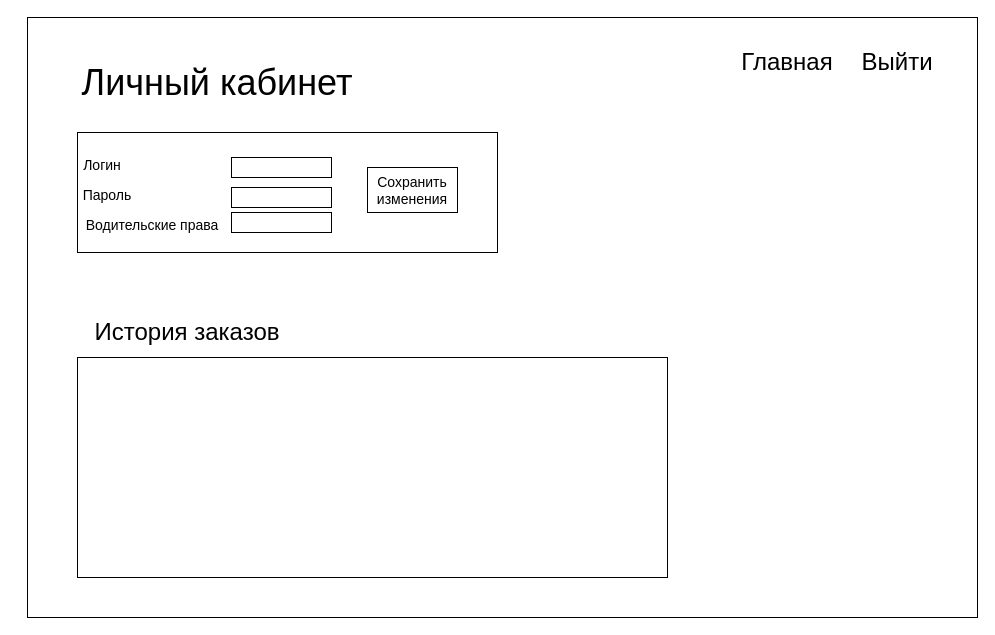
Before: page "Личный кабинет" (4 of 8) of docs/diags.drawio in dimas-defender/dailyauto-webapi, a draw.io diagram. Source tidied: cells renumbered, new cells numbered last; positions are measured from the earlier drawing's top-left corner, leaving out a move shared by most shapes. Both pictures are drawn from the tidied source at 100%, with x=0, y=0 at pixel (17, 17).
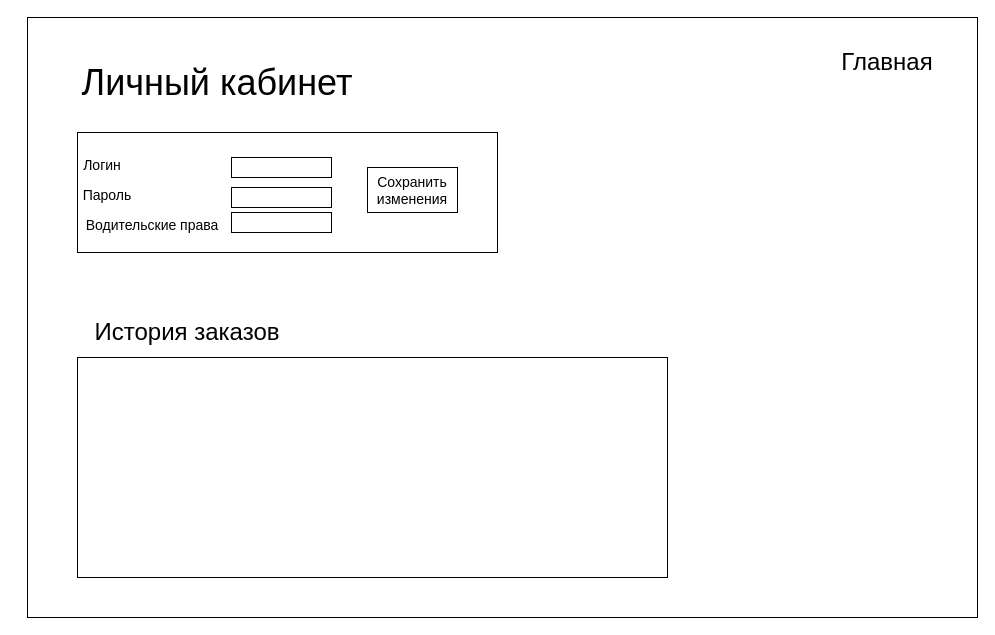
Above is the later version.

What changed in the source:
```diff
@@
 <mxGraphModel>
   <root>
     <mxCell id="0" />
     <mxCell id="1" parent="0" />
     <mxCell id="2" style="rounded=0;whiteSpace=wrap;html=1;" parent="1" vertex="1">
       <mxGeometry x="10" width="950" height="600" as="geometry" />
     </mxCell>
     <mxCell id="3" value="&lt;font style=&quot;font-size: 36px;&quot;&gt;Личный кабинет&lt;/font&gt;" style="text;html=1;strokeColor=none;fillColor=none;align=center;verticalAlign=middle;whiteSpace=wrap;rounded=0;fontSize=14;" parent="1" vertex="1">
       <mxGeometry y="30" width="400" height="70" as="geometry" />
     </mxCell>
     <mxCell id="4" style="rounded=0;whiteSpace=wrap;html=1;fontSize=36;" parent="1" vertex="1">
       <mxGeometry x="60" y="340" width="590" height="220" as="geometry" />
     </mxCell>
     <mxCell id="5" value="&lt;font style=&quot;font-size: 24px;&quot;&gt;История заказов&lt;/font&gt;" style="text;html=1;strokeColor=none;fillColor=none;align=center;verticalAlign=middle;whiteSpace=wrap;rounded=0;fontSize=14;" parent="1" vertex="1">
       <mxGeometry x="40" y="300" width="260" height="30" as="geometry" />
     </mxCell>
     <mxCell id="6" value="&lt;font style=&quot;font-size: 14px;&quot;&gt;Логин&lt;/font&gt;" style="text;html=1;strokeColor=none;fillColor=none;align=center;verticalAlign=middle;whiteSpace=wrap;rounded=0;fontSize=24;" parent="1" vertex="1">
       <mxGeometry x="60" y="130" width="50" height="30" as="geometry" />
     </mxCell>
     <mxCell id="7" value="&lt;font style=&quot;font-size: 14px;&quot;&gt;Пароль&lt;/font&gt;" style="text;html=1;strokeColor=none;fillColor=none;align=center;verticalAlign=middle;whiteSpace=wrap;rounded=0;fontSize=24;" parent="1" vertex="1">
       <mxGeometry x="60" y="160" width="60" height="30" as="geometry" />
     </mxCell>
     <mxCell id="8" value="&lt;span style=&quot;font-size: 14px;&quot;&gt;Водительские права&lt;/span&gt;" style="text;html=1;strokeColor=none;fillColor=none;align=center;verticalAlign=middle;whiteSpace=wrap;rounded=0;fontSize=24;" parent="1" vertex="1">
       <mxGeometry x="60" y="180" width="150" height="50" as="geometry" />
     </mxCell>
     <mxCell id="9" style="rounded=0;whiteSpace=wrap;html=1;fontSize=14;" parent="1" vertex="1">
       <mxGeometry x="214" y="140" width="100" height="20" as="geometry" />
     </mxCell>
     <mxCell id="10" style="rounded=0;whiteSpace=wrap;html=1;fontSize=14;" parent="1" vertex="1">
       <mxGeometry x="214" y="170" width="100" height="20" as="geometry" />
     </mxCell>
     <mxCell id="11" style="rounded=0;whiteSpace=wrap;html=1;fontSize=14;" parent="1" vertex="1">
       <mxGeometry x="214" y="195" width="100" height="20" as="geometry" />
     </mxCell>
     <mxCell id="12" value="Сохранить изменения" style="rounded=0;whiteSpace=wrap;html=1;fontSize=14;" parent="1" vertex="1">
       <mxGeometry x="350" y="150" width="90" height="45" as="geometry" />
     </mxCell>
     <mxCell id="13" style="rounded=0;whiteSpace=wrap;html=1;fontSize=14;fillColor=none;" parent="1" vertex="1">
       <mxGeometry x="60" y="115" width="420" height="120" as="geometry" />
     </mxCell>
     <mxCell id="14" value="&lt;font style=&quot;font-size: 24px;&quot;&gt;Главная&lt;/font&gt;" style="text;html=1;strokeColor=none;fillColor=none;align=center;verticalAlign=middle;whiteSpace=wrap;rounded=0;fontSize=14;" parent="1" vertex="1">
-      <mxGeometry x="740" y="30" width="60" height="30" as="geometry" />
+      <mxGeometry x="840" y="30" width="60" height="30" as="geometry" />
     </mxCell>
-    <mxCell id="15" value="Выйти" style="text;html=1;strokeColor=none;fillColor=none;align=center;verticalAlign=middle;whiteSpace=wrap;rounded=0;fontSize=24;" parent="1" vertex="1">
-      <mxGeometry x="850" y="30" width="60" height="30" as="geometry" />
-    </mxCell>
   </root>
 </mxGraphModel>
```
